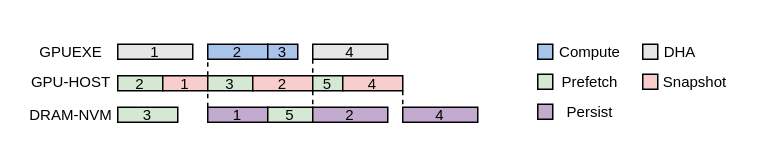
Above: fig/pipeline3.drawio in icszhr/NCheck (draw.io), before the change. Source tidied: cells renumbered, new cells numbered last; positions are measured from the earlier drawing's top-left corner, leaving out a move shared by most shapes. Both pictures are drawn from the tidied source at 150%, with x=0, y=0 at pixel (26, 44).
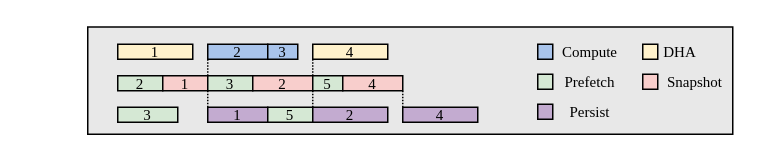
The same diagram, later.

Change to the diagram source:
```diff
@@
+    <mxCell id="36" style="rounded=0;whiteSpace=wrap;html=1;fontFamily=Times New Roman;fillColor=#E8E8E8;" parent="1" vertex="1">
+      <mxGeometry x="41" y="-11.5" width="430" height="71.5" as="geometry" />
+    </mxCell>
-    <mxCell id="2" value="&lt;p style=&quot;line-height: 100%; font-size: 10px;&quot;&gt;&lt;font style=&quot;font-size: 10px;&quot;&gt;1&lt;/font&gt;&lt;/p&gt;" style="whiteSpace=wrap;html=1;fillColor=#E6E6E6;fontSize=10;fillStyle=auto;strokeWidth=1;strokeColor=default;" parent="1" vertex="1">
+    <mxCell id="2" value="&lt;p style=&quot;line-height: 100%; font-size: 10px;&quot;&gt;&lt;font style=&quot;font-size: 10px;&quot;&gt;1&lt;/font&gt;&lt;/p&gt;" style="whiteSpace=wrap;html=1;fillColor=#FFF2CC;fontSize=10;fillStyle=auto;strokeWidth=1;strokeColor=default;fontFamily=Times New Roman;" parent="1" vertex="1">
       <mxGeometry x="61" width="50" height="10" as="geometry" />
     </mxCell>
-    <mxCell id="3" value="&lt;p style=&quot;line-height: 100%; font-size: 10px;&quot;&gt;&lt;font style=&quot;font-size: 10px;&quot;&gt;2&lt;/font&gt;&lt;/p&gt;" style="whiteSpace=wrap;html=1;fillColor=#A9C4EB;fontSize=10;" parent="1" vertex="1">
+    <mxCell id="3" value="&lt;p style=&quot;line-height: 100%; font-size: 10px;&quot;&gt;&lt;font style=&quot;font-size: 10px;&quot;&gt;2&lt;/font&gt;&lt;/p&gt;" style="whiteSpace=wrap;html=1;fillColor=#A9C4EB;fontSize=10;fontFamily=Times New Roman;" parent="1" vertex="1">
       <mxGeometry x="121" width="40" height="10" as="geometry" />
     </mxCell>
-    <mxCell id="4" style="edgeStyle=orthogonalEdgeStyle;rounded=0;jettySize=auto;html=1;exitX=0;exitY=1;exitDx=0;exitDy=0;entryX=0;entryY=0;entryDx=0;entryDy=0;dashed=1;endArrow=none;endFill=0;" parent="1" edge="1" source="5" target="32">
+    <mxCell id="4" style="edgeStyle=orthogonalEdgeStyle;rounded=0;jettySize=auto;html=1;exitX=0;exitY=1;exitDx=0;exitDy=0;entryX=0;entryY=0;entryDx=0;entryDy=0;dashed=1;endArrow=none;endFill=0;fontFamily=Times New Roman;dashPattern=1 1;" parent="1" edge="1" source="5" target="32">
       <mxGeometry relative="1" as="geometry" />
     </mxCell>
-    <mxCell id="5" value="&lt;p style=&quot;line-height: 100%; font-size: 10px;&quot;&gt;&lt;font style=&quot;font-size: 10px;&quot;&gt;4&lt;/font&gt;&lt;/p&gt;" style="whiteSpace=wrap;html=1;fillColor=#E6E6E6;fontSize=10;" parent="1" vertex="1">
+    <mxCell id="5" value="&lt;p style=&quot;line-height: 100%; font-size: 10px;&quot;&gt;&lt;font style=&quot;font-size: 10px;&quot;&gt;4&lt;/font&gt;&lt;/p&gt;" style="whiteSpace=wrap;html=1;fillColor=#FFF2CC;fontSize=10;fontFamily=Times New Roman;" parent="1" vertex="1">
       <mxGeometry x="191" width="50" height="10" as="geometry" />
     </mxCell>
-    <mxCell id="6" value="&lt;p style=&quot;line-height: 100%; font-size: 10px;&quot;&gt;&lt;font style=&quot;font-size: 10px;&quot;&gt;2&lt;/font&gt;&lt;/p&gt;" style="whiteSpace=wrap;html=1;fillColor=#D5E8D4;fontSize=10;" parent="1" vertex="1">
+    <mxCell id="6" value="&lt;p style=&quot;line-height: 100%; font-size: 10px;&quot;&gt;&lt;font style=&quot;font-size: 10px;&quot;&gt;2&lt;/font&gt;&lt;/p&gt;" style="whiteSpace=wrap;html=1;fillColor=#D5E8D4;fontSize=10;fontFamily=Times New Roman;" parent="1" vertex="1">
       <mxGeometry x="61" y="21" width="30" height="10" as="geometry" />
     </mxCell>
-    <mxCell id="7" style="edgeStyle=orthogonalEdgeStyle;rounded=0;jettySize=auto;html=1;exitX=1;exitY=0;exitDx=0;exitDy=0;entryX=0;entryY=1;entryDx=0;entryDy=0;endArrow=none;endFill=0;dashed=1;" parent="1" edge="1" source="8" target="3">
+    <mxCell id="7" style="edgeStyle=orthogonalEdgeStyle;rounded=0;jettySize=auto;html=1;exitX=1;exitY=0;exitDx=0;exitDy=0;entryX=0;entryY=1;entryDx=0;entryDy=0;endArrow=none;endFill=0;dashed=1;fontFamily=Times New Roman;dashPattern=1 1;" parent="1" edge="1" source="8" target="3">
       <mxGeometry relative="1" as="geometry" />
     </mxCell>
-    <mxCell id="8" value="1" style="whiteSpace=wrap;html=1;fillColor=#F8CECC;fontSize=10;" parent="1" vertex="1">
+    <mxCell id="8" value="1" style="whiteSpace=wrap;html=1;fillColor=#F8CECC;fontSize=10;fontFamily=Times New Roman;" parent="1" vertex="1">
       <mxGeometry x="91" y="21" width="30" height="10" as="geometry" />
     </mxCell>
-    <mxCell id="9" value="&lt;font style=&quot;font-size: 10px;&quot;&gt;GPUEXE&lt;/font&gt;" style="text;html=1;align=center;verticalAlign=middle;whiteSpace=wrap;rounded=0;" parent="1" vertex="1">
-      <mxGeometry y="-0.5" width="60" height="10" as="geometry" />
-    </mxCell>
-    <mxCell id="10" value="&lt;span style=&quot;font-size: 10px;&quot;&gt;GPU-HOST&lt;/span&gt;" style="text;html=1;align=center;verticalAlign=middle;whiteSpace=wrap;rounded=0;" parent="1" vertex="1">
-      <mxGeometry y="19.5" width="60" height="11" as="geometry" />
-    </mxCell>
-    <mxCell id="11" value="&lt;font style=&quot;font-size: 10px;&quot;&gt;DRAM-NVM&lt;/font&gt;" style="text;html=1;align=center;verticalAlign=middle;whiteSpace=wrap;rounded=0;" parent="1" vertex="1">
-      <mxGeometry y="42.5" width="60" height="9" as="geometry" />
-    </mxCell>
-    <mxCell id="12" style="whiteSpace=wrap;html=1;fillColor=#A9C4EB;" parent="1" vertex="1">
+    <mxCell id="12" style="whiteSpace=wrap;html=1;fillColor=#A9C4EB;fontFamily=Times New Roman;" parent="1" vertex="1">
       <mxGeometry x="341" width="10" height="10" as="geometry" />
     </mxCell>
-    <mxCell id="13" style="whiteSpace=wrap;html=1;fillColor=#F8CECC;" parent="1" vertex="1">
+    <mxCell id="13" style="whiteSpace=wrap;html=1;fillColor=#F8CECC;fontFamily=Times New Roman;" parent="1" vertex="1">
       <mxGeometry x="411" y="20" width="10" height="10" as="geometry" />
     </mxCell>
-    <mxCell id="14" style="whiteSpace=wrap;html=1;fillColor=#D5E8D4;" parent="1" vertex="1">
+    <mxCell id="14" style="whiteSpace=wrap;html=1;fillColor=#D5E8D4;fontFamily=Times New Roman;" parent="1" vertex="1">
       <mxGeometry x="341" y="20" width="10" height="10" as="geometry" />
     </mxCell>
-    <mxCell id="15" style="whiteSpace=wrap;html=1;fillColor=#C3ABD0;" parent="1" vertex="1">
+    <mxCell id="15" style="whiteSpace=wrap;html=1;fillColor=#C3ABD0;fontFamily=Times New Roman;" parent="1" vertex="1">
       <mxGeometry x="341" y="40" width="10" height="10" as="geometry" />
     </mxCell>
-    <mxCell id="16" value="&lt;font style=&quot;font-size: 10px;&quot;&gt;Compute&lt;/font&gt;" style="text;html=1;align=center;verticalAlign=middle;whiteSpace=wrap;rounded=0;" parent="1" vertex="1">
+    <mxCell id="16" value="&lt;font style=&quot;font-size: 10px;&quot;&gt;Compute&lt;/font&gt;" style="text;html=1;align=center;verticalAlign=middle;whiteSpace=wrap;rounded=0;fontFamily=Times New Roman;" parent="1" vertex="1">
       <mxGeometry x="351" width="50" height="10" as="geometry" />
     </mxCell>
-    <mxCell id="17" value="&lt;font style=&quot;font-size: 10px;&quot;&gt;Prefetch&lt;/font&gt;" style="text;html=1;align=center;verticalAlign=middle;whiteSpace=wrap;rounded=0;" parent="1" vertex="1">
+    <mxCell id="17" value="&lt;font style=&quot;font-size: 10px;&quot;&gt;Prefetch&lt;/font&gt;" style="text;html=1;align=center;verticalAlign=middle;whiteSpace=wrap;rounded=0;fontFamily=Times New Roman;" parent="1" vertex="1">
       <mxGeometry x="351" y="20" width="50" height="10" as="geometry" />
     </mxCell>
-    <mxCell id="18" value="&lt;span style=&quot;font-size: 10px;&quot;&gt;Snapshot&lt;/span&gt;" style="text;html=1;align=center;verticalAlign=middle;whiteSpace=wrap;rounded=0;" parent="1" vertex="1">
+    <mxCell id="18" value="&lt;span style=&quot;font-size: 10px;&quot;&gt;Snapshot&lt;/span&gt;" style="text;html=1;align=center;verticalAlign=middle;whiteSpace=wrap;rounded=0;fontFamily=Times New Roman;" parent="1" vertex="1">
       <mxGeometry x="421" y="20" width="50" height="10" as="geometry" />
     </mxCell>
-    <mxCell id="19" value="&lt;font style=&quot;font-size: 10px;&quot;&gt;Persist&lt;/font&gt;" style="text;html=1;align=center;verticalAlign=middle;whiteSpace=wrap;rounded=0;" parent="1" vertex="1">
+    <mxCell id="19" value="&lt;font style=&quot;font-size: 10px;&quot;&gt;Persist&lt;/font&gt;" style="text;html=1;align=center;verticalAlign=middle;whiteSpace=wrap;rounded=0;fontFamily=Times New Roman;" parent="1" vertex="1">
       <mxGeometry x="351" y="40" width="50" height="10" as="geometry" />
     </mxCell>
-    <mxCell id="20" value="&lt;p style=&quot;line-height: 100%; font-size: 10px;&quot;&gt;&lt;font style=&quot;font-size: 10px;&quot;&gt;3&lt;/font&gt;&lt;/p&gt;" style="whiteSpace=wrap;html=1;fillColor=#D5E8D4;fontSize=10;" parent="1" vertex="1">
+    <mxCell id="20" value="&lt;p style=&quot;line-height: 100%; font-size: 10px;&quot;&gt;&lt;font style=&quot;font-size: 10px;&quot;&gt;3&lt;/font&gt;&lt;/p&gt;" style="whiteSpace=wrap;html=1;fillColor=#D5E8D4;fontSize=10;fontFamily=Times New Roman;" parent="1" vertex="1">
       <mxGeometry x="121" y="21" width="30" height="10" as="geometry" />
     </mxCell>
-    <mxCell id="21" style="edgeStyle=orthogonalEdgeStyle;rounded=0;jettySize=auto;html=1;exitX=0;exitY=0;exitDx=0;exitDy=0;entryX=0;entryY=1;entryDx=0;entryDy=0;endArrow=none;endFill=0;dashed=1;" parent="1" edge="1" source="22" target="20">
+    <mxCell id="21" style="edgeStyle=orthogonalEdgeStyle;rounded=0;jettySize=auto;html=1;exitX=0;exitY=0;exitDx=0;exitDy=0;entryX=0;entryY=1;entryDx=0;entryDy=0;endArrow=none;endFill=0;dashed=1;fontFamily=Times New Roman;dashPattern=1 1;" parent="1" edge="1" source="22" target="20">
       <mxGeometry relative="1" as="geometry" />
     </mxCell>
-    <mxCell id="22" value="1" style="whiteSpace=wrap;html=1;fillColor=#C3ABD0;fontSize=10;" parent="1" vertex="1">
+    <mxCell id="22" value="1" style="whiteSpace=wrap;html=1;fillColor=#C3ABD0;fontSize=10;fontFamily=Times New Roman;" parent="1" vertex="1">
       <mxGeometry x="121" y="42" width="40" height="10" as="geometry" />
     </mxCell>
-    <mxCell id="23" value="&lt;p style=&quot;line-height: 100%; font-size: 10px;&quot;&gt;&lt;font style=&quot;font-size: 10px;&quot;&gt;3&lt;/font&gt;&lt;/p&gt;" style="whiteSpace=wrap;html=1;fillColor=#A9C4EB;fontSize=10;" parent="1" vertex="1">
+    <mxCell id="23" value="&lt;p style=&quot;line-height: 100%; font-size: 10px;&quot;&gt;&lt;font style=&quot;font-size: 10px;&quot;&gt;3&lt;/font&gt;&lt;/p&gt;" style="whiteSpace=wrap;html=1;fillColor=#A9C4EB;fontSize=10;fontFamily=Times New Roman;" parent="1" vertex="1">
       <mxGeometry x="161" width="20" height="10" as="geometry" />
     </mxCell>
-    <mxCell id="24" value="&lt;p style=&quot;line-height: 100%; font-size: 10px;&quot;&gt;&lt;font style=&quot;font-size: 10px;&quot;&gt;2&lt;/font&gt;&lt;/p&gt;" style="whiteSpace=wrap;html=1;fillColor=#F8CECC;fontSize=10;" parent="1" vertex="1">
+    <mxCell id="24" value="&lt;p style=&quot;line-height: 100%; font-size: 10px;&quot;&gt;&lt;font style=&quot;font-size: 10px;&quot;&gt;2&lt;/font&gt;&lt;/p&gt;" style="whiteSpace=wrap;html=1;fillColor=#F8CECC;fontSize=10;fontFamily=Times New Roman;" parent="1" vertex="1">
       <mxGeometry x="151" y="21" width="40" height="10" as="geometry" />
     </mxCell>
-    <mxCell id="25" style="whiteSpace=wrap;html=1;fillColor=#E6E6E6;fontColor=#333333;strokeColor=#000000;" parent="1" vertex="1">
+    <mxCell id="25" style="whiteSpace=wrap;html=1;fillColor=#FFF2CC;fontColor=#333333;strokeColor=#000000;fontFamily=Times New Roman;" parent="1" vertex="1">
       <mxGeometry x="411" width="10" height="10" as="geometry" />
     </mxCell>
-    <mxCell id="26" value="&lt;font style=&quot;font-size: 10px;&quot;&gt;DHA&lt;/font&gt;" style="text;html=1;align=center;verticalAlign=middle;whiteSpace=wrap;rounded=0;" parent="1" vertex="1">
+    <mxCell id="26" value="&lt;font style=&quot;font-size: 10px;&quot;&gt;DHA&lt;/font&gt;" style="text;html=1;align=center;verticalAlign=middle;whiteSpace=wrap;rounded=0;fontFamily=Times New Roman;" parent="1" vertex="1">
       <mxGeometry x="421" width="30" height="10" as="geometry" />
     </mxCell>
-    <mxCell id="27" value="&lt;p style=&quot;line-height: 100%; font-size: 10px;&quot;&gt;&lt;font style=&quot;font-size: 10px;&quot;&gt;5&lt;/font&gt;&lt;/p&gt;" style="whiteSpace=wrap;html=1;fillColor=#D5E8D4;fontSize=10;" parent="1" vertex="1">
+    <mxCell id="27" value="&lt;p style=&quot;line-height: 100%; font-size: 10px;&quot;&gt;&lt;font style=&quot;font-size: 10px;&quot;&gt;5&lt;/font&gt;&lt;/p&gt;" style="whiteSpace=wrap;html=1;fillColor=#D5E8D4;fontSize=10;fontFamily=Times New Roman;" parent="1" vertex="1">
       <mxGeometry x="161" y="42" width="30" height="10" as="geometry" />
     </mxCell>
-    <mxCell id="28" value="&lt;p style=&quot;line-height: 100%; font-size: 10px;&quot;&gt;&lt;font style=&quot;font-size: 10px;&quot;&gt;3&lt;/font&gt;&lt;/p&gt;" style="whiteSpace=wrap;html=1;fillColor=#D5E8D4;fontSize=10;" parent="1" vertex="1">
+    <mxCell id="28" value="&lt;p style=&quot;line-height: 100%; font-size: 10px;&quot;&gt;&lt;font style=&quot;font-size: 10px;&quot;&gt;3&lt;/font&gt;&lt;/p&gt;" style="whiteSpace=wrap;html=1;fillColor=#D5E8D4;fontSize=10;fontFamily=Times New Roman;" parent="1" vertex="1">
       <mxGeometry x="61" y="42" width="40" height="10" as="geometry" />
     </mxCell>
-    <mxCell id="29" value="2" style="whiteSpace=wrap;html=1;fillColor=#C3ABD0;fontSize=10;" parent="1" vertex="1">
+    <mxCell id="29" value="2" style="whiteSpace=wrap;html=1;fillColor=#C3ABD0;fontSize=10;fontFamily=Times New Roman;" parent="1" vertex="1">
       <mxGeometry x="191" y="42" width="50" height="10" as="geometry" />
     </mxCell>
-    <mxCell id="30" style="edgeStyle=orthogonalEdgeStyle;rounded=0;orthogonalLoop=1;jettySize=auto;html=1;exitX=0.5;exitY=1;exitDx=0;exitDy=0;" parent="1" edge="1" source="10" target="10">
-      <mxGeometry relative="1" as="geometry" />
-    </mxCell>
-    <mxCell id="31" style="edgeStyle=orthogonalEdgeStyle;rounded=0;jettySize=auto;html=1;exitX=0;exitY=1;exitDx=0;exitDy=0;entryX=0;entryY=0;entryDx=0;entryDy=0;endArrow=none;endFill=0;dashed=1;" parent="1" edge="1" source="32" target="29">
+    <mxCell id="31" style="edgeStyle=orthogonalEdgeStyle;rounded=0;jettySize=auto;html=1;exitX=0;exitY=1;exitDx=0;exitDy=0;entryX=0;entryY=0;entryDx=0;entryDy=0;endArrow=none;endFill=0;dashed=1;fontFamily=Times New Roman;dashPattern=1 1;" parent="1" edge="1" source="32" target="29">
       <mxGeometry relative="1" as="geometry" />
     </mxCell>
-    <mxCell id="32" value="&lt;p style=&quot;line-height: 100%; font-size: 10px;&quot;&gt;&lt;font style=&quot;font-size: 10px;&quot;&gt;5&lt;/font&gt;&lt;/p&gt;" style="whiteSpace=wrap;html=1;fillColor=#D5E8D4;fontSize=10;" parent="1" vertex="1">
+    <mxCell id="32" value="&lt;p style=&quot;line-height: 100%; font-size: 10px;&quot;&gt;&lt;font style=&quot;font-size: 10px;&quot;&gt;5&lt;/font&gt;&lt;/p&gt;" style="whiteSpace=wrap;html=1;fillColor=#D5E8D4;fontSize=10;fontFamily=Times New Roman;" parent="1" vertex="1">
       <mxGeometry x="191" y="21" width="20" height="10" as="geometry" />
     </mxCell>
-    <mxCell id="33" style="edgeStyle=orthogonalEdgeStyle;rounded=0;jettySize=auto;html=1;exitX=1;exitY=1;exitDx=0;exitDy=0;entryX=0;entryY=0;entryDx=0;entryDy=0;dashed=1;endArrow=none;endFill=0;" parent="1" edge="1" source="34" target="35">
+    <mxCell id="33" style="edgeStyle=orthogonalEdgeStyle;rounded=0;jettySize=auto;html=1;exitX=1;exitY=1;exitDx=0;exitDy=0;entryX=0;entryY=0;entryDx=0;entryDy=0;dashed=1;endArrow=none;endFill=0;fontFamily=Times New Roman;dashPattern=1 1;" parent="1" edge="1" source="34" target="35">
       <mxGeometry relative="1" as="geometry" />
     </mxCell>
-    <mxCell id="34" value="&lt;p style=&quot;line-height: 100%; font-size: 10px;&quot;&gt;&lt;font style=&quot;font-size: 10px;&quot;&gt;4&lt;/font&gt;&lt;/p&gt;" style="whiteSpace=wrap;html=1;fillColor=#F8CECC;fontSize=10;" parent="1" vertex="1">
+    <mxCell id="34" value="&lt;p style=&quot;line-height: 100%; font-size: 10px;&quot;&gt;&lt;font style=&quot;font-size: 10px;&quot;&gt;4&lt;/font&gt;&lt;/p&gt;" style="whiteSpace=wrap;html=1;fillColor=#F8CECC;fontSize=10;fontFamily=Times New Roman;" parent="1" vertex="1">
       <mxGeometry x="211" y="21" width="40" height="10" as="geometry" />
     </mxCell>
-    <mxCell id="35" value="4" style="whiteSpace=wrap;html=1;fillColor=#C3ABD0;fontSize=10;" parent="1" vertex="1">
+    <mxCell id="35" value="4" style="whiteSpace=wrap;html=1;fillColor=#C3ABD0;fontSize=10;fontFamily=Times New Roman;" parent="1" vertex="1">
       <mxGeometry x="251" y="42" width="50" height="10" as="geometry" />
     </mxCell>
```
